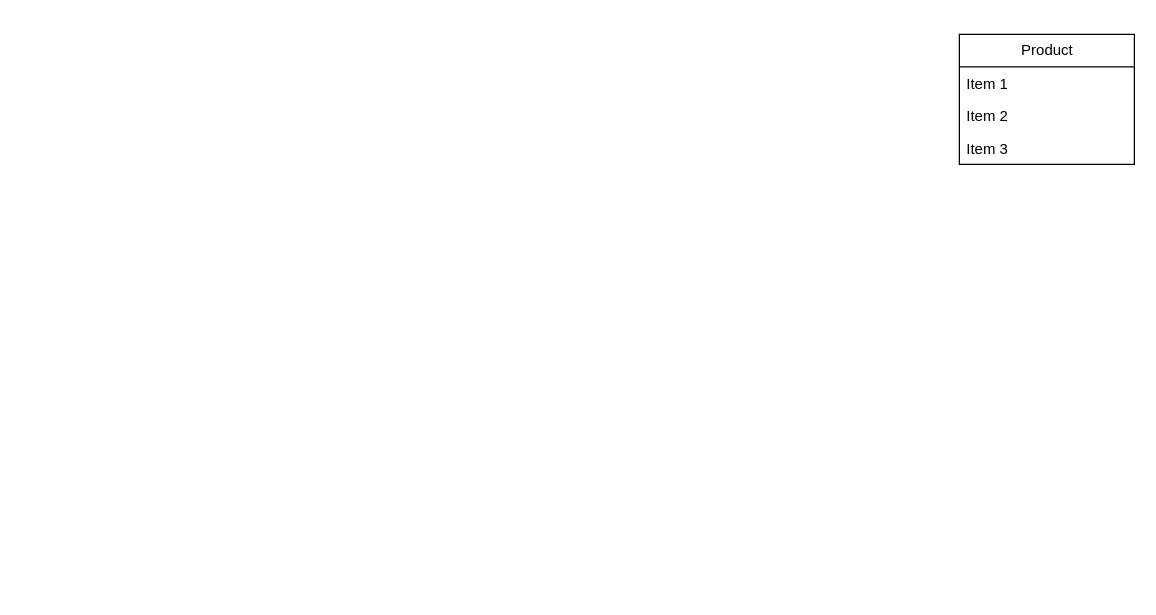
Above: database_design.drawio in kispeagle/ecommerce-golang (draw.io), before the change. Source tidied: cells renumbered, new cells numbered last; positions are measured from the earlier drawing's top-left corner, leaving out a move shared by most shapes. Both pictures are drawn from the tidied source at 125%, with x=0, y=0 at pixel (959, 34).
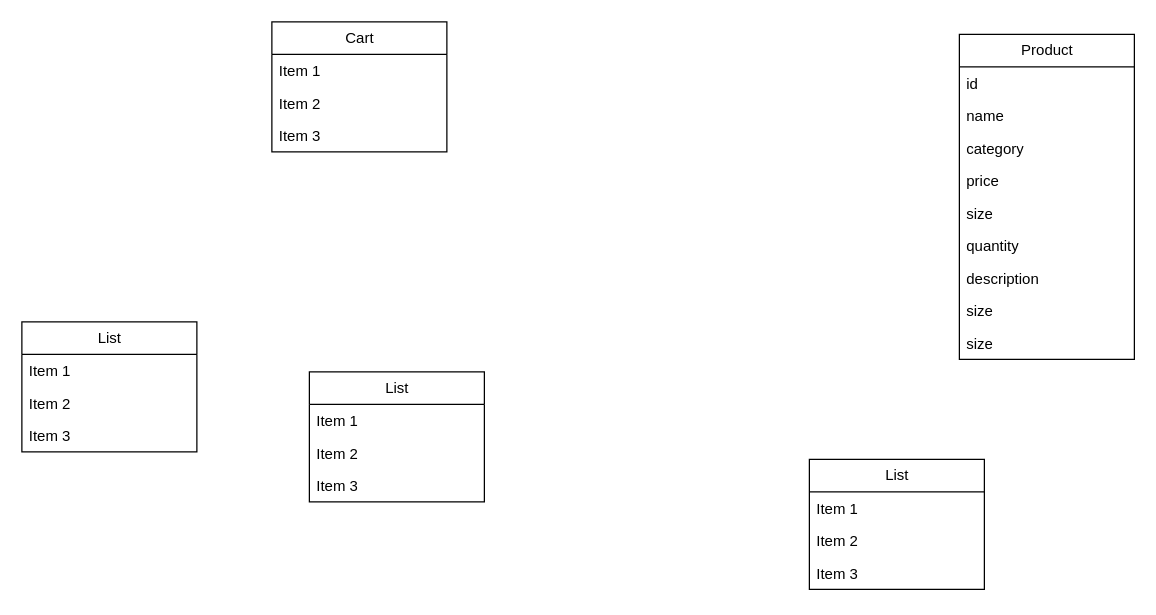
Above is the later version.

Change to the diagram source:
```diff
@@
     <mxCell id="2" value="Product" style="swimlane;fontStyle=0;horizontal=1;startSize=26;fillColor=none;html=1;" parent="1" vertex="1">
-      <mxGeometry width="140" height="104" as="geometry" />
+      <mxGeometry width="140" height="260" as="geometry" />
     </mxCell>
-    <mxCell id="3" value="Item 1" style="text;strokeColor=none;fillColor=none;align=left;verticalAlign=top;spacingLeft=4;spacingRight=4;overflow=hidden;whiteSpace=wrap;html=1;" parent="2" vertex="1">
+    <mxCell id="3" value="id" style="text;strokeColor=none;fillColor=none;align=left;verticalAlign=top;spacingLeft=4;spacingRight=4;overflow=hidden;whiteSpace=wrap;html=1;" parent="2" vertex="1">
       <mxGeometry y="26" width="140" height="26" as="geometry" />
     </mxCell>
-    <mxCell id="4" value="Item 2" style="text;strokeColor=none;fillColor=none;align=left;verticalAlign=top;spacingLeft=4;spacingRight=4;overflow=hidden;whiteSpace=wrap;html=1;" parent="2" vertex="1">
+    <mxCell id="4" value="name" style="text;strokeColor=none;fillColor=none;align=left;verticalAlign=top;spacingLeft=4;spacingRight=4;overflow=hidden;whiteSpace=wrap;html=1;" parent="2" vertex="1">
       <mxGeometry y="52" width="140" height="26" as="geometry" />
     </mxCell>
-    <mxCell id="5" value="Item 3" style="text;strokeColor=none;fillColor=none;align=left;verticalAlign=top;spacingLeft=4;spacingRight=4;overflow=hidden;whiteSpace=wrap;html=1;" parent="2" vertex="1">
+    <mxCell id="5" value="category" style="text;strokeColor=none;fillColor=none;align=left;verticalAlign=top;spacingLeft=4;spacingRight=4;overflow=hidden;whiteSpace=wrap;html=1;" parent="2" vertex="1">
       <mxGeometry y="78" width="140" height="26" as="geometry" />
     </mxCell>
+    <mxCell id="6" value="price" style="text;strokeColor=none;fillColor=none;align=left;verticalAlign=top;spacingLeft=4;spacingRight=4;overflow=hidden;whiteSpace=wrap;html=1;" parent="2" vertex="1">
+      <mxGeometry y="104" width="140" height="26" as="geometry" />
+    </mxCell>
+    <mxCell id="7" value="size" style="text;strokeColor=none;fillColor=none;align=left;verticalAlign=top;spacingLeft=4;spacingRight=4;overflow=hidden;whiteSpace=wrap;html=1;" parent="2" vertex="1">
+      <mxGeometry y="130" width="140" height="26" as="geometry" />
+    </mxCell>
+    <mxCell id="8" value="quantity" style="text;strokeColor=none;fillColor=none;align=left;verticalAlign=top;spacingLeft=4;spacingRight=4;overflow=hidden;whiteSpace=wrap;html=1;" parent="2" vertex="1">
+      <mxGeometry y="156" width="140" height="26" as="geometry" />
+    </mxCell>
+    <mxCell id="9" value="description" style="text;strokeColor=none;fillColor=none;align=left;verticalAlign=top;spacingLeft=4;spacingRight=4;overflow=hidden;whiteSpace=wrap;html=1;" parent="2" vertex="1">
+      <mxGeometry y="182" width="140" height="26" as="geometry" />
+    </mxCell>
+    <mxCell id="10" value="size" style="text;strokeColor=none;fillColor=none;align=left;verticalAlign=top;spacingLeft=4;spacingRight=4;overflow=hidden;whiteSpace=wrap;html=1;" parent="2" vertex="1">
+      <mxGeometry y="208" width="140" height="26" as="geometry" />
+    </mxCell>
+    <mxCell id="11" value="size" style="text;strokeColor=none;fillColor=none;align=left;verticalAlign=top;spacingLeft=4;spacingRight=4;overflow=hidden;whiteSpace=wrap;html=1;" parent="2" vertex="1">
+      <mxGeometry y="234" width="140" height="26" as="geometry" />
+    </mxCell>
+    <mxCell id="12" value="Cart" style="swimlane;fontStyle=0;horizontal=1;startSize=26;fillColor=none;html=1;" parent="1" vertex="1">
+      <mxGeometry x="-550" y="-10" width="140" height="104" as="geometry" />
+    </mxCell>
+    <mxCell id="13" value="Item 1" style="text;strokeColor=none;fillColor=none;align=left;verticalAlign=top;spacingLeft=4;spacingRight=4;overflow=hidden;whiteSpace=wrap;html=1;" parent="12" vertex="1">
+      <mxGeometry y="26" width="140" height="26" as="geometry" />
+    </mxCell>
+    <mxCell id="14" value="Item 2" style="text;strokeColor=none;fillColor=none;align=left;verticalAlign=top;spacingLeft=4;spacingRight=4;overflow=hidden;whiteSpace=wrap;html=1;" parent="12" vertex="1">
+      <mxGeometry y="52" width="140" height="26" as="geometry" />
+    </mxCell>
+    <mxCell id="15" value="Item 3" style="text;strokeColor=none;fillColor=none;align=left;verticalAlign=top;spacingLeft=4;spacingRight=4;overflow=hidden;whiteSpace=wrap;html=1;" parent="12" vertex="1">
+      <mxGeometry y="78" width="140" height="26" as="geometry" />
+    </mxCell>
+    <mxCell id="16" value="List" style="swimlane;fontStyle=0;horizontal=1;startSize=26;fillColor=none;html=1;" parent="1" vertex="1">
+      <mxGeometry x="-520" y="270" width="140" height="104" as="geometry" />
+    </mxCell>
+    <mxCell id="17" value="Item 1" style="text;strokeColor=none;fillColor=none;align=left;verticalAlign=top;spacingLeft=4;spacingRight=4;overflow=hidden;whiteSpace=wrap;html=1;" parent="16" vertex="1">
+      <mxGeometry y="26" width="140" height="26" as="geometry" />
+    </mxCell>
+    <mxCell id="18" value="Item 2" style="text;strokeColor=none;fillColor=none;align=left;verticalAlign=top;spacingLeft=4;spacingRight=4;overflow=hidden;whiteSpace=wrap;html=1;" parent="16" vertex="1">
+      <mxGeometry y="52" width="140" height="26" as="geometry" />
+    </mxCell>
+    <mxCell id="19" value="Item 3" style="text;strokeColor=none;fillColor=none;align=left;verticalAlign=top;spacingLeft=4;spacingRight=4;overflow=hidden;whiteSpace=wrap;html=1;" parent="16" vertex="1">
+      <mxGeometry y="78" width="140" height="26" as="geometry" />
+    </mxCell>
+    <mxCell id="20" value="List" style="swimlane;fontStyle=0;horizontal=1;startSize=26;fillColor=none;html=1;" parent="1" vertex="1">
+      <mxGeometry x="-750" y="230" width="140" height="104" as="geometry" />
+    </mxCell>
+    <mxCell id="21" value="Item 1" style="text;strokeColor=none;fillColor=none;align=left;verticalAlign=top;spacingLeft=4;spacingRight=4;overflow=hidden;whiteSpace=wrap;html=1;" parent="20" vertex="1">
+      <mxGeometry y="26" width="140" height="26" as="geometry" />
+    </mxCell>
+    <mxCell id="22" value="Item 2" style="text;strokeColor=none;fillColor=none;align=left;verticalAlign=top;spacingLeft=4;spacingRight=4;overflow=hidden;whiteSpace=wrap;html=1;" parent="20" vertex="1">
+      <mxGeometry y="52" width="140" height="26" as="geometry" />
+    </mxCell>
+    <mxCell id="23" value="Item 3" style="text;strokeColor=none;fillColor=none;align=left;verticalAlign=top;spacingLeft=4;spacingRight=4;overflow=hidden;whiteSpace=wrap;html=1;" parent="20" vertex="1">
+      <mxGeometry y="78" width="140" height="26" as="geometry" />
+    </mxCell>
+    <mxCell id="24" value="List" style="swimlane;fontStyle=0;horizontal=1;startSize=26;fillColor=none;html=1;" parent="1" vertex="1">
+      <mxGeometry x="-120" y="340" width="140" height="104" as="geometry" />
+    </mxCell>
+    <mxCell id="25" value="Item 1" style="text;strokeColor=none;fillColor=none;align=left;verticalAlign=top;spacingLeft=4;spacingRight=4;overflow=hidden;whiteSpace=wrap;html=1;" parent="24" vertex="1">
+      <mxGeometry y="26" width="140" height="26" as="geometry" />
+    </mxCell>
+    <mxCell id="26" value="Item 2" style="text;strokeColor=none;fillColor=none;align=left;verticalAlign=top;spacingLeft=4;spacingRight=4;overflow=hidden;whiteSpace=wrap;html=1;" parent="24" vertex="1">
+      <mxGeometry y="52" width="140" height="26" as="geometry" />
+    </mxCell>
+    <mxCell id="27" value="Item 3" style="text;strokeColor=none;fillColor=none;align=left;verticalAlign=top;spacingLeft=4;spacingRight=4;overflow=hidden;whiteSpace=wrap;html=1;" parent="24" vertex="1">
+      <mxGeometry y="78" width="140" height="26" as="geometry" />
+    </mxCell>
```
